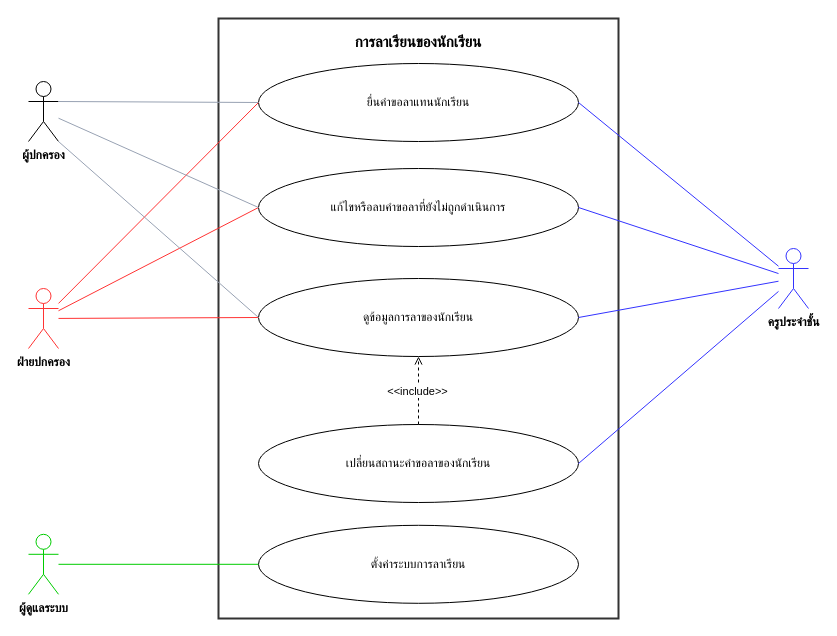
Above: page "การลาเรียนของนักเรียน" (5 of 6) of materials/doc/usecase-care.drawio in RealTiraqmisu/SchoolDark (draw.io), before the change. Source tidied: cells renumbered, new cells numbered last; positions are measured from the earlier drawing's top-left corner, leaving out a move shared by most shapes. Both pictures are drawn from the tidied source at 100%, with x=0, y=0 at pixel (28, 18).
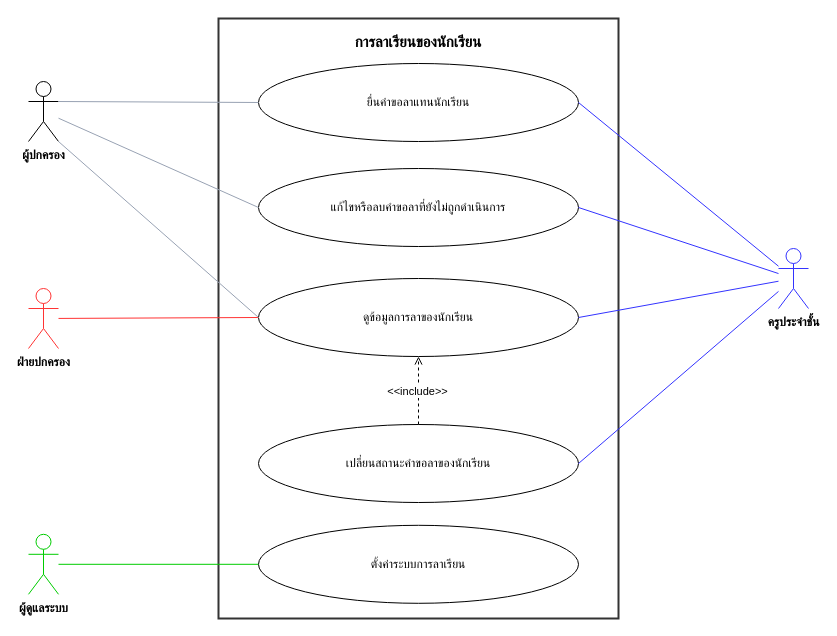
The same diagram, later.

Unchanged cells that the change refers to:
```xml
<mxCell id="3" value="ยื่นคำขอลาแทนนักเรียน" style="ellipse;whiteSpace=wrap;html=1;fontSize=12;spacing=10;" parent="1" vertex="1">
  <mxGeometry x="230" y="45" width="320" height="78" as="geometry" />
</mxCell>
<mxCell id="4" value="แก้ไขหรือลบคำขอลาที่ยังไม่ถูกดำเนินการ" style="ellipse;whiteSpace=wrap;html=1;fontSize=12;spacing=10;" parent="1" vertex="1">
  <mxGeometry x="230" y="150" width="320" height="78" as="geometry" />
</mxCell>
<mxCell id="9" value="ฝ่ายปกครอง" style="shape=umlActor;verticalLabelPosition=bottom;verticalAlign=top;html=1;outlineConnect=0;whiteSpace=nowrap;fontSize=12;fontStyle=1;strokeColor=#FF3333;" parent="1" vertex="1">
  <mxGeometry y="270" width="30" height="60" as="geometry" />
</mxCell>
```

The edit, as a diff of the source:
```diff
@@
-    <mxCell id="12" style="endArrow=none;html=1;strokeColor=#FF3333;entryX=0;entryY=0.5;entryDx=0;entryDy=0;" parent="1" edge="1" source="9" target="3">
-      <mxGeometry relative="1" as="geometry" />
-    </mxCell>
@@
-    <mxCell id="14" style="endArrow=none;html=1;strokeColor=#FF3333;entryX=0;entryY=0.5;entryDx=0;entryDy=0;" parent="1" edge="1" source="9" target="4">
-      <mxGeometry relative="1" as="geometry" />
-    </mxCell>
```
